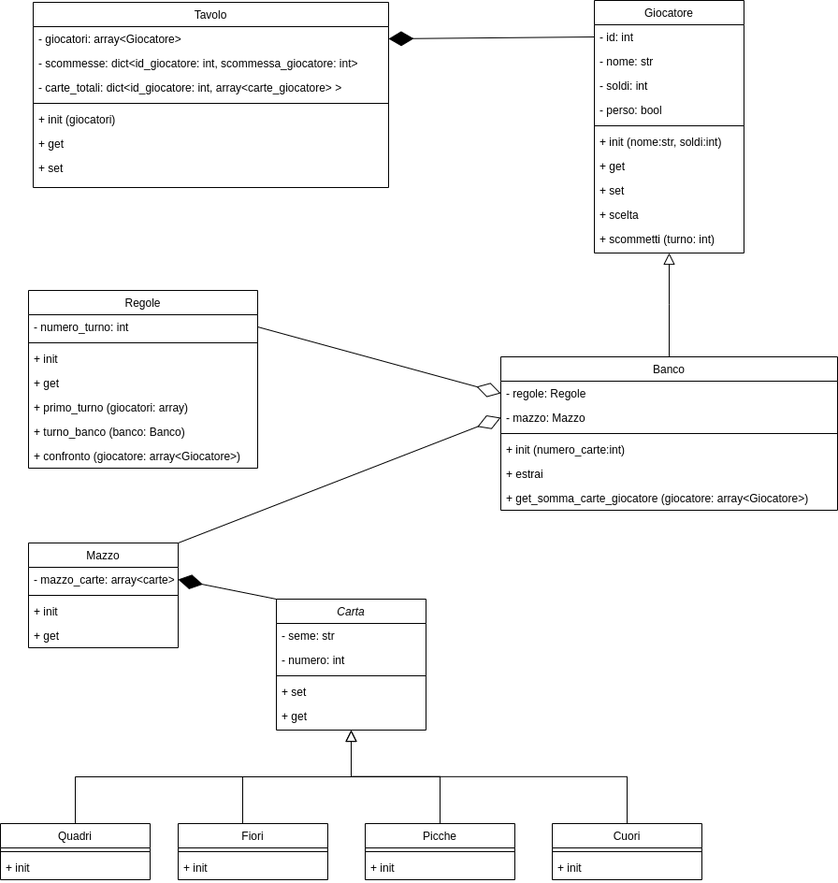
The draw.io diagram UML_BJ.png in PikeTurner/BlackJack, before a commit. Source tidied: cells renumbered, new cells last; positions are measured from the earlier drawing's top-left corner, leaving out a move shared by most shapes.
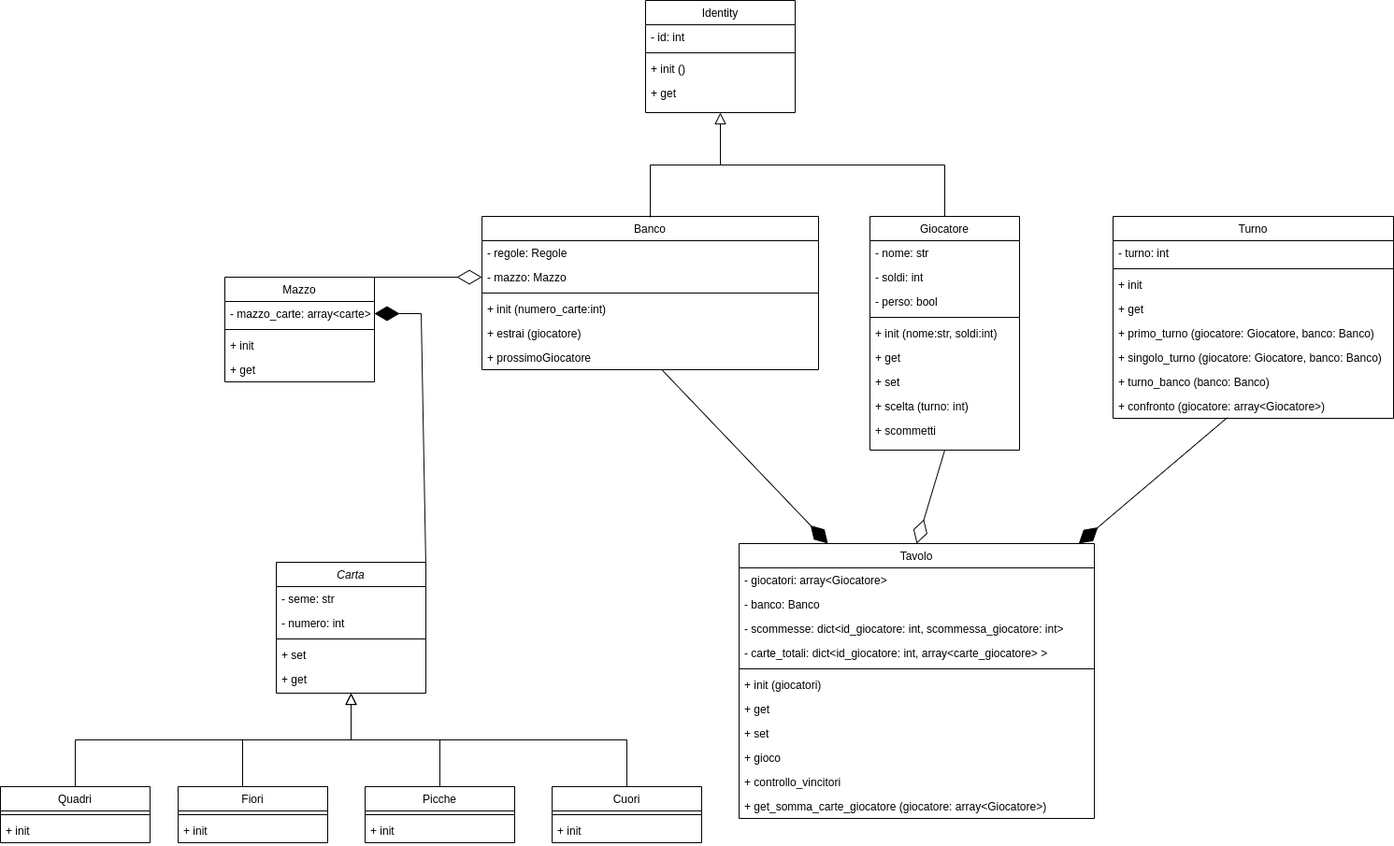
The same diagram one commit later.

Change to the diagram source:
```diff
@@ -36,7 +36,7 @@
       <mxGeometry relative="1" as="geometry" />
     </mxCell>
     <mxCell id="13" value="Mazzo" style="swimlane;fontStyle=0;align=center;verticalAlign=top;horizontal=1;startSize=26;rounded=0;shadow=0;strokeWidth=1;" parent="1" vertex="1">
-      <mxGeometry x="30" y="580" width="160" height="112" as="geometry" />
+      <mxGeometry x="240" y="335" width="160" height="112" as="geometry" />
     </mxCell>
     <mxCell id="14" value="- mazzo_carte: array&lt;carte&gt;" style="text;align=left;verticalAlign=top;spacingLeft=4;spacingRight=4;overflow=hidden;points=[[0,0.5],[1,0.5]];portConstraint=eastwest;" parent="13" vertex="1">
       <mxGeometry y="26" width="160" height="26" as="geometry" />
@@ -94,11 +94,17 @@
         <mxPoint x="259" y="830" as="targetPoint" />
       </mxGeometry>
     </mxCell>
-    <mxCell id="30" style="endArrow=diamondThin;endFill=1;endSize=24;html=1;rounded=0;entryX=1;entryY=0.5;entryDx=0;entryDy=0;exitX=0;exitY=0;exitDx=0;exitDy=0;" parent="1" edge="1" source="2" target="14">
-      <mxGeometry relative="1" as="geometry" />
+    <mxCell id="30" style="endArrow=diamondThin;endFill=1;endSize=24;html=1;rounded=0;entryX=1;entryY=0.5;entryDx=0;entryDy=0;exitX=1;exitY=0;exitDx=0;exitDy=0;" parent="1" edge="1">
+      <mxGeometry relative="1" as="geometry">
+        <mxPoint x="455" y="645" as="sourcePoint" />
+        <mxPoint x="400" y="374" as="targetPoint" />
+        <Array as="points">
+          <mxPoint x="450" y="374" />
+        </Array>
+      </mxGeometry>
     </mxCell>
     <mxCell id="31" value="Banco" style="swimlane;fontStyle=0;align=center;verticalAlign=top;horizontal=1;startSize=26;rounded=0;shadow=0;strokeWidth=1;" parent="1" vertex="1">
-      <mxGeometry x="535" y="381" width="360" height="164" as="geometry" />
+      <mxGeometry x="515" y="270" width="360" height="164" as="geometry" />
     </mxCell>
     <mxCell id="32" value="- regole: Regole" style="text;align=left;verticalAlign=top;spacingLeft=4;spacingRight=4;overflow=hidden;points=[[0,0.5],[1,0.5]];portConstraint=eastwest;" parent="31" vertex="1">
       <mxGeometry y="26" width="360" height="26" as="geometry" />
@@ -112,104 +118,143 @@
     <mxCell id="35" value="+ init (numero_carte:int)" style="text;align=left;verticalAlign=top;spacingLeft=4;spacingRight=4;overflow=hidden;" parent="31" vertex="1">
       <mxGeometry y="86" width="360" height="26" as="geometry" />
     </mxCell>
-    <mxCell id="36" value="+ estrai" style="text;align=left;verticalAlign=top;spacingLeft=4;spacingRight=4;overflow=hidden;" parent="31" vertex="1">
+    <mxCell id="36" value="+ estrai (giocatore)" style="text;align=left;verticalAlign=top;spacingLeft=4;spacingRight=4;overflow=hidden;" parent="31" vertex="1">
       <mxGeometry y="112" width="360" height="26" as="geometry" />
     </mxCell>
-    <mxCell id="37" value="+ get_somma_carte_giocatore (giocatore: array&lt;Giocatore&gt;)" style="text;align=left;verticalAlign=top;spacingLeft=4;spacingRight=4;overflow=hidden;" parent="31" vertex="1">
-      <mxGeometry y="138" width="360" height="26" as="geometry" />
-    </mxCell>
+    <mxCell id="69" value="+ prossimoGiocatore" style="text;align=left;verticalAlign=top;spacingLeft=4;spacingRight=4;overflow=hidden;points=[[0,0.5],[1,0.5]];portConstraint=eastwest;" parent="31" vertex="1">
+      <mxGeometry y="138" width="360" height="26" as="geometry" />
+    </mxCell>
     <mxCell id="38" value="Giocatore" style="swimlane;fontStyle=0;align=center;verticalAlign=top;horizontal=1;startSize=26;rounded=0;shadow=0;strokeWidth=1;" parent="1" vertex="1">
-      <mxGeometry x="635" width="160" height="270" as="geometry" />
+      <mxGeometry x="930" y="270" width="160" height="250" as="geometry" />
     </mxCell>
-    <mxCell id="39" value="- id: int" style="text;align=left;verticalAlign=top;spacingLeft=4;spacingRight=4;overflow=hidden;points=[[0,0.5],[1,0.5]];portConstraint=eastwest;" parent="38" vertex="1">
-      <mxGeometry y="26" width="160" height="26" as="geometry" />
-    </mxCell>
     <mxCell id="40" value="- nome: str" style="text;align=left;verticalAlign=top;spacingLeft=4;spacingRight=4;overflow=hidden;" parent="38" vertex="1">
-      <mxGeometry y="52" width="160" height="26" as="geometry" />
+      <mxGeometry y="26" width="160" height="26" as="geometry" />
     </mxCell>
     <mxCell id="41" value="- soldi: int" style="text;align=left;verticalAlign=top;spacingLeft=4;spacingRight=4;overflow=hidden;" parent="38" vertex="1">
-      <mxGeometry y="78" width="160" height="26" as="geometry" />
+      <mxGeometry y="52" width="160" height="26" as="geometry" />
     </mxCell>
     <mxCell id="42" value="- perso: bool" style="text;align=left;verticalAlign=top;spacingLeft=4;spacingRight=4;overflow=hidden;" parent="38" vertex="1">
-      <mxGeometry y="104" width="160" height="26" as="geometry" />
+      <mxGeometry y="78" width="160" height="26" as="geometry" />
     </mxCell>
     <mxCell id="43" style="line;html=1;strokeWidth=1;align=left;verticalAlign=middle;spacingTop=-1;spacingLeft=3;spacingRight=3;labelPosition=right;" parent="38" vertex="1">
-      <mxGeometry y="130" width="160" height="8" as="geometry" />
+      <mxGeometry y="104" width="160" height="8" as="geometry" />
     </mxCell>
     <mxCell id="44" value="+ init (nome:str, soldi:int)" style="text;align=left;verticalAlign=top;spacingLeft=4;spacingRight=4;overflow=hidden;" parent="38" vertex="1">
-      <mxGeometry y="138" width="160" height="26" as="geometry" />
+      <mxGeometry y="112" width="160" height="26" as="geometry" />
     </mxCell>
     <mxCell id="45" value="+ get" style="text;align=left;verticalAlign=top;spacingLeft=4;spacingRight=4;overflow=hidden;" parent="38" vertex="1">
-      <mxGeometry y="164" width="160" height="26" as="geometry" />
+      <mxGeometry y="138" width="160" height="26" as="geometry" />
     </mxCell>
     <mxCell id="46" value="+ set" style="text;align=left;verticalAlign=top;spacingLeft=4;spacingRight=4;overflow=hidden;" parent="38" vertex="1">
-      <mxGeometry y="190" width="160" height="26" as="geometry" />
+      <mxGeometry y="164" width="160" height="26" as="geometry" />
     </mxCell>
-    <mxCell id="47" value="+ scelta" style="text;align=left;verticalAlign=top;spacingLeft=4;spacingRight=4;overflow=hidden;" parent="38" vertex="1">
-      <mxGeometry y="216" width="160" height="26" as="geometry" />
+    <mxCell id="47" value="+ scelta (turno: int)" style="text;align=left;verticalAlign=top;spacingLeft=4;spacingRight=4;overflow=hidden;" parent="38" vertex="1">
+      <mxGeometry y="190" width="160" height="26" as="geometry" />
     </mxCell>
-    <mxCell id="48" value="+ scommetti (turno: int)" style="text;align=left;verticalAlign=top;spacingLeft=4;spacingRight=4;overflow=hidden;" parent="38" vertex="1">
-      <mxGeometry y="242" width="160" height="26" as="geometry" />
+    <mxCell id="48" value="+ scommetti" style="text;align=left;verticalAlign=top;spacingLeft=4;spacingRight=4;overflow=hidden;" parent="38" vertex="1">
+      <mxGeometry y="216" width="160" height="26" as="geometry" />
     </mxCell>
-    <mxCell id="49" style="endArrow=block;endSize=10;endFill=0;shadow=0;strokeWidth=1;rounded=0;edgeStyle=elbowEdgeStyle;elbow=vertical;exitX=0.5;exitY=0;exitDx=0;exitDy=0;entryX=0.5;entryY=1;entryDx=0;entryDy=0;" parent="1" edge="1" source="31" target="38">
-      <mxGeometry relative="1" as="geometry" />
-    </mxCell>
     <mxCell id="50" value="Tavolo" style="swimlane;fontStyle=0;align=center;verticalAlign=top;horizontal=1;startSize=26;rounded=0;shadow=0;strokeWidth=1;" parent="1" vertex="1">
-      <mxGeometry x="35" y="2" width="380" height="198" as="geometry" />
+      <mxGeometry x="790" y="620" width="380" height="294" as="geometry" />
     </mxCell>
     <mxCell id="51" value="- giocatori: array&lt;Giocatore&gt;" style="text;align=left;verticalAlign=top;spacingLeft=4;spacingRight=4;overflow=hidden;points=[[0,0.5],[1,0.5]];portConstraint=eastwest;" parent="50" vertex="1">
       <mxGeometry y="26" width="380" height="26" as="geometry" />
     </mxCell>
+    <mxCell id="70" value="- banco: Banco" style="text;align=left;verticalAlign=top;spacingLeft=4;spacingRight=4;overflow=hidden;" parent="50" vertex="1">
+      <mxGeometry y="52" width="380" height="26" as="geometry" />
+    </mxCell>
     <mxCell id="52" value="- scommesse: dict&lt;id_giocatore: int, scommessa_giocatore: int&gt;" style="text;align=left;verticalAlign=top;spacingLeft=4;spacingRight=4;overflow=hidden;" parent="50" vertex="1">
-      <mxGeometry y="52" width="380" height="26" as="geometry" />
+      <mxGeometry y="78" width="380" height="26" as="geometry" />
     </mxCell>
     <mxCell id="53" value="- carte_totali: dict&lt;id_giocatore: int, array&lt;carte_giocatore&gt; &gt;" style="text;align=left;verticalAlign=top;spacingLeft=4;spacingRight=4;overflow=hidden;" parent="50" vertex="1">
-      <mxGeometry y="78" width="380" height="26" as="geometry" />
+      <mxGeometry y="104" width="380" height="26" as="geometry" />
     </mxCell>
     <mxCell id="54" style="line;html=1;strokeWidth=1;align=left;verticalAlign=middle;spacingTop=-1;spacingLeft=3;spacingRight=3;labelPosition=right;" parent="50" vertex="1">
-      <mxGeometry y="104" width="380" height="8" as="geometry" />
+      <mxGeometry y="130" width="380" height="8" as="geometry" />
     </mxCell>
     <mxCell id="55" value="+ init (giocatori)" style="text;align=left;verticalAlign=top;spacingLeft=4;spacingRight=4;overflow=hidden;" parent="50" vertex="1">
-      <mxGeometry y="112" width="380" height="26" as="geometry" />
+      <mxGeometry y="138" width="380" height="26" as="geometry" />
     </mxCell>
     <mxCell id="56" value="+ get" style="text;align=left;verticalAlign=top;spacingLeft=4;spacingRight=4;overflow=hidden;" parent="50" vertex="1">
-      <mxGeometry y="138" width="380" height="26" as="geometry" />
+      <mxGeometry y="164" width="380" height="26" as="geometry" />
     </mxCell>
     <mxCell id="57" value="+ set" style="text;align=left;verticalAlign=top;spacingLeft=4;spacingRight=4;overflow=hidden;" parent="50" vertex="1">
-      <mxGeometry y="164" width="380" height="26" as="geometry" />
+      <mxGeometry y="190" width="380" height="26" as="geometry" />
     </mxCell>
-    <mxCell id="58" style="endArrow=diamondThin;endFill=1;endSize=24;html=1;rounded=0;exitX=0;exitY=0.5;exitDx=0;exitDy=0;entryX=1;entryY=0.5;entryDx=0;entryDy=0;" parent="1" edge="1" source="39" target="51">
-      <mxGeometry relative="1" as="geometry" />
-    </mxCell>
-    <mxCell id="59" value="Regole" style="swimlane;fontStyle=0;align=center;verticalAlign=top;horizontal=1;startSize=26;rounded=0;shadow=0;strokeWidth=1;" parent="1" vertex="1">
-      <mxGeometry x="30" y="310" width="245" height="190" as="geometry" />
-    </mxCell>
-    <mxCell id="60" value="- numero_turno: int" style="text;align=left;verticalAlign=top;spacingLeft=4;spacingRight=4;overflow=hidden;points=[[0,0.5],[1,0.5]];portConstraint=eastwest;" parent="59" vertex="1">
-      <mxGeometry y="26" width="245" height="26" as="geometry" />
-    </mxCell>
-    <mxCell id="61" style="line;html=1;strokeWidth=1;align=left;verticalAlign=middle;spacingTop=-1;spacingLeft=3;spacingRight=3;labelPosition=right;" parent="59" vertex="1">
-      <mxGeometry y="52" width="245" height="8" as="geometry" />
-    </mxCell>
+    <mxCell id="71" value="+ gioco" style="text;align=left;verticalAlign=top;spacingLeft=4;spacingRight=4;overflow=hidden;" parent="50" vertex="1">
+      <mxGeometry y="216" width="380" height="26" as="geometry" />
+    </mxCell>
+    <mxCell id="72" value="+ controllo_vincitori" style="text;align=left;verticalAlign=top;spacingLeft=4;spacingRight=4;overflow=hidden;" parent="50" vertex="1">
+      <mxGeometry y="242" width="380" height="26" as="geometry" />
+    </mxCell>
+    <mxCell id="37" value="+ get_somma_carte_giocatore (giocatore: array&lt;Giocatore&gt;)" style="text;align=left;verticalAlign=top;spacingLeft=4;spacingRight=4;overflow=hidden;" parent="50" vertex="1">
+      <mxGeometry y="268" width="380" height="26" as="geometry" />
+    </mxCell>
+    <mxCell id="68" style="endArrow=diamondThin;endFill=0;endSize=24;html=1;rounded=0;entryX=0;entryY=0.5;entryDx=0;entryDy=0;exitX=1;exitY=0;exitDx=0;exitDy=0;" parent="1" edge="1" source="13" target="33">
+      <mxGeometry relative="1" as="geometry" />
+    </mxCell>
+    <mxCell id="73" value="Identity" style="swimlane;fontStyle=0;align=center;verticalAlign=top;horizontal=1;startSize=26;rounded=0;shadow=0;strokeWidth=1;" parent="1" vertex="1">
+      <mxGeometry x="690" y="39" width="160" height="120" as="geometry" />
+    </mxCell>
+    <mxCell id="39" value="- id: int" style="text;align=left;verticalAlign=top;spacingLeft=4;spacingRight=4;overflow=hidden;points=[[0,0.5],[1,0.5]];portConstraint=eastwest;" parent="73" vertex="1">
+      <mxGeometry y="26" width="160" height="26" as="geometry" />
+    </mxCell>
+    <mxCell id="74" style="line;html=1;strokeWidth=1;align=left;verticalAlign=middle;spacingTop=-1;spacingLeft=3;spacingRight=3;labelPosition=right;" parent="73" vertex="1">
+      <mxGeometry y="52" width="160" height="8" as="geometry" />
+    </mxCell>
+    <mxCell id="75" value="+ init ()" style="text;align=left;verticalAlign=top;spacingLeft=4;spacingRight=4;overflow=hidden;" parent="73" vertex="1">
+      <mxGeometry y="60" width="160" height="26" as="geometry" />
+    </mxCell>
+    <mxCell id="76" value="+ get" style="text;align=left;verticalAlign=top;spacingLeft=4;spacingRight=4;overflow=hidden;" parent="73" vertex="1">
+      <mxGeometry y="86" width="160" height="26" as="geometry" />
+    </mxCell>
+    <mxCell id="77" style="endArrow=block;endSize=10;endFill=0;shadow=0;strokeWidth=1;rounded=0;edgeStyle=elbowEdgeStyle;elbow=vertical;entryX=0.5;entryY=1;entryDx=0;entryDy=0;exitX=0.5;exitY=0;exitDx=0;exitDy=0;" parent="1" edge="1" source="38" target="73">
+      <mxGeometry relative="1" as="geometry" />
+    </mxCell>
+    <mxCell id="78" style="endArrow=none;html=1;rounded=0;exitX=0.5;exitY=0;exitDx=0;exitDy=0;" parent="1" edge="1">
+      <mxGeometry relative="1" as="geometry">
+        <mxPoint x="695" y="271" as="sourcePoint" />
+        <mxPoint x="770" y="215" as="targetPoint" />
+        <Array as="points">
+          <mxPoint x="695" y="215" />
+        </Array>
+      </mxGeometry>
+    </mxCell>
+    <mxCell id="79" value="Turno" style="swimlane;fontStyle=0;align=center;verticalAlign=top;horizontal=1;startSize=26;rounded=0;shadow=0;strokeWidth=1;" parent="1" vertex="1">
+      <mxGeometry x="1190" y="270" width="300" height="216" as="geometry" />
+    </mxCell>
+    <mxCell id="80" value="- turno: int" style="text;align=left;verticalAlign=top;spacingLeft=4;spacingRight=4;overflow=hidden;" parent="79" vertex="1">
+      <mxGeometry y="26" width="300" height="26" as="geometry" />
+    </mxCell>
+    <mxCell id="81" style="line;html=1;strokeWidth=1;align=left;verticalAlign=middle;spacingTop=-1;spacingLeft=3;spacingRight=3;labelPosition=right;" parent="79" vertex="1">
+      <mxGeometry y="52" width="300" height="8" as="geometry" />
+    </mxCell>
-    <mxCell id="62" value="+ init" style="text;align=left;verticalAlign=top;spacingLeft=4;spacingRight=4;overflow=hidden;" parent="59" vertex="1">
-      <mxGeometry y="60" width="245" height="26" as="geometry" />
+    <mxCell id="62" value="+ init" style="text;align=left;verticalAlign=top;spacingLeft=4;spacingRight=4;overflow=hidden;" parent="79" vertex="1">
+      <mxGeometry y="60" width="300" height="26" as="geometry" />
     </mxCell>
-    <mxCell id="63" value="+ get" style="text;align=left;verticalAlign=top;spacingLeft=4;spacingRight=4;overflow=hidden;" parent="59" vertex="1">
-      <mxGeometry y="86" width="245" height="26" as="geometry" />
-    </mxCell>
-    <mxCell id="64" value="+ primo_turno (giocatori: array)" style="text;align=left;verticalAlign=top;spacingLeft=4;spacingRight=4;overflow=hidden;" parent="59" vertex="1">
-      <mxGeometry y="112" width="245" height="26" as="geometry" />
-    </mxCell>
+    <mxCell id="82" value="+ get" style="text;align=left;verticalAlign=top;spacingLeft=4;spacingRight=4;overflow=hidden;" parent="79" vertex="1">
+      <mxGeometry y="86" width="300" height="26" as="geometry" />
+    </mxCell>
+    <mxCell id="83" value="+ primo_turno (giocatore: Giocatore, banco: Banco)" style="text;align=left;verticalAlign=top;spacingLeft=4;spacingRight=4;overflow=hidden;" parent="79" vertex="1">
+      <mxGeometry y="112" width="300" height="26" as="geometry" />
+    </mxCell>
+    <mxCell id="84" value="+ singolo_turno (giocatore: Giocatore, banco: Banco)" style="text;align=left;verticalAlign=top;spacingLeft=4;spacingRight=4;overflow=hidden;" parent="79" vertex="1">
+      <mxGeometry y="138" width="300" height="26" as="geometry" />
+    </mxCell>
-    <mxCell id="65" value="+ turno_banco (banco: Banco)" style="text;align=left;verticalAlign=top;spacingLeft=4;spacingRight=4;overflow=hidden;" parent="59" vertex="1">
-      <mxGeometry y="138" width="245" height="26" as="geometry" />
+    <mxCell id="65" value="+ turno_banco (banco: Banco)" style="text;align=left;verticalAlign=top;spacingLeft=4;spacingRight=4;overflow=hidden;" parent="79" vertex="1">
+      <mxGeometry y="164" width="300" height="26" as="geometry" />
     </mxCell>
-    <mxCell id="66" value="+ confronto (giocatore: array&lt;Giocatore&gt;)" style="text;align=left;verticalAlign=top;spacingLeft=4;spacingRight=4;overflow=hidden;points=[[0,0.5],[1,0.5]];portConstraint=eastwest;" parent="59" vertex="1">
-      <mxGeometry y="164" width="245" height="26" as="geometry" />
+    <mxCell id="66" value="+ confronto (giocatore: array&lt;Giocatore&gt;)" style="text;align=left;verticalAlign=top;spacingLeft=4;spacingRight=4;overflow=hidden;points=[[0,0.5],[1,0.5]];portConstraint=eastwest;" parent="79" vertex="1">
+      <mxGeometry y="190" width="300" height="26" as="geometry" />
     </mxCell>
-    <mxCell id="67" style="endArrow=diamondThin;endFill=0;endSize=24;html=1;rounded=0;entryX=0;entryY=0.5;entryDx=0;entryDy=0;exitX=1;exitY=0.5;exitDx=0;exitDy=0;" parent="1" edge="1" source="60" target="32">
-      <mxGeometry relative="1" as="geometry" />
-    </mxCell>
-    <mxCell id="68" style="endArrow=diamondThin;endFill=0;endSize=24;html=1;rounded=0;entryX=0;entryY=0.5;entryDx=0;entryDy=0;exitX=1;exitY=0;exitDx=0;exitDy=0;" parent="1" edge="1" source="13" target="33">
-      <mxGeometry relative="1" as="geometry" />
-    </mxCell>
+    <mxCell id="85" style="endArrow=diamondThin;endFill=1;endSize=24;html=1;rounded=0;entryX=0.25;entryY=0;entryDx=0;entryDy=0;" parent="1" edge="1" source="69" target="50">
+      <mxGeometry relative="1" as="geometry" />
+    </mxCell>
+    <mxCell id="86" style="endArrow=diamondThin;endFill=0;endSize=24;html=1;rounded=0;entryX=0.5;entryY=0;entryDx=0;entryDy=0;exitX=0.5;exitY=1;exitDx=0;exitDy=0;" parent="1" edge="1" source="38" target="50">
+      <mxGeometry relative="1" as="geometry" />
+    </mxCell>
+    <mxCell id="87" style="endArrow=diamondThin;endFill=1;endSize=24;html=1;rounded=0;exitX=0.407;exitY=0.974;exitDx=0;exitDy=0;exitPerimeter=0;" parent="1" edge="1" source="66" target="50">
+      <mxGeometry relative="1" as="geometry" />
+    </mxCell>
   </root>
 </mxGraphModel>
```
